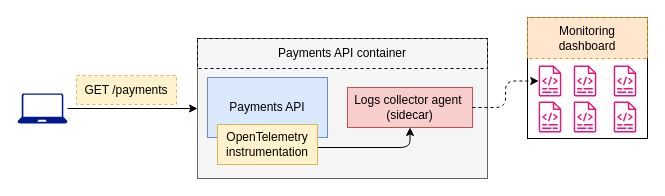
The draw.io diagram page "11.11" (11 of 12) of ch11.drawio in abunuwas/api-sec-book-imgs, before the edit. Source tidied: cells renumbered, new cells numbered last; positions are measured from the earlier drawing's top-left corner, leaving out a move shared by most shapes. Both pictures are drawn from the tidied source at 100%, with x=0, y=0 at pixel (17, 17).
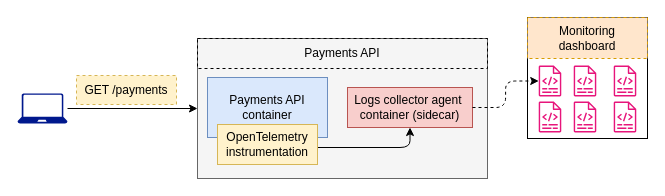
The same diagram, later.

The edit, as a diff of the source:
```diff
@@
-    <mxCell id="3" value="Payments API" style="rounded=0;whiteSpace=wrap;html=1;fillColor=#dae8fc;strokeColor=#6c8ebf;" parent="1" vertex="1">
+    <mxCell id="3" value="Payments API&lt;div&gt;container&lt;/div&gt;" style="rounded=0;whiteSpace=wrap;html=1;fillColor=#dae8fc;strokeColor=#6c8ebf;" parent="1" vertex="1">
       <mxGeometry x="190" y="60" width="120" height="60" as="geometry" />
     </mxCell>
@@
-    <mxCell id="6" value="Logs collector agent&amp;nbsp;&lt;div&gt;(sidecar)&lt;/div&gt;" style="rounded=0;whiteSpace=wrap;html=1;fillColor=#f8cecc;strokeColor=#b85450;" parent="1" vertex="1">
+    <mxCell id="6" value="Logs collector agent&amp;nbsp;&lt;div&gt;container (sidecar)&lt;/div&gt;" style="rounded=0;whiteSpace=wrap;html=1;fillColor=#f8cecc;strokeColor=#b85450;" parent="1" vertex="1">
       <mxGeometry x="330" y="70" width="125" height="40" as="geometry" />
     </mxCell>
-    <mxCell id="7" value="Payments API container" style="text;html=1;align=center;verticalAlign=middle;whiteSpace=wrap;rounded=0;dashed=1;strokeColor=default;" parent="1" vertex="1">
+    <mxCell id="7" value="Payments API" style="text;html=1;align=center;verticalAlign=middle;whiteSpace=wrap;rounded=0;dashed=1;strokeColor=default;" parent="1" vertex="1">
       <mxGeometry x="180" y="21" width="290" height="30" as="geometry" />
     </mxCell>
```
